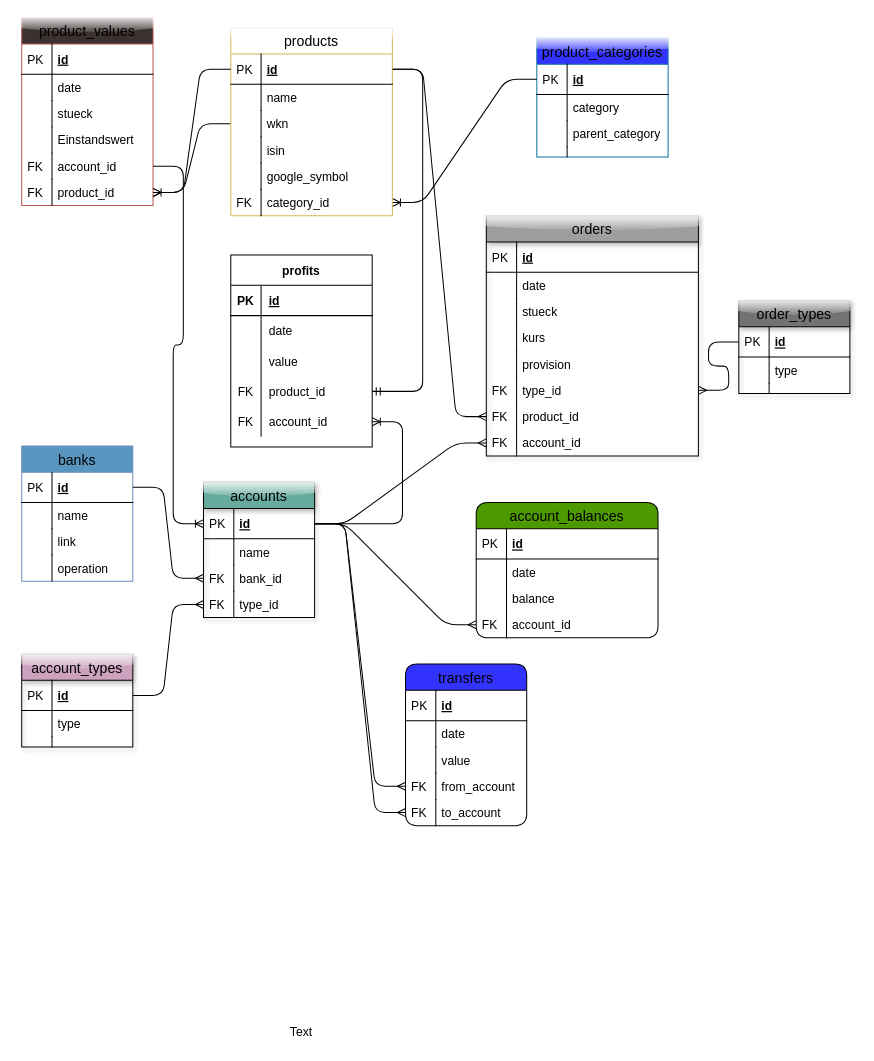
The draw.io diagram database/investment/design/relationships.drawio in l07p/pi_server, before the edit. Source tidied: cells renumbered, new cells numbered last; positions are measured from the earlier drawing's top-left corner, leaving out a move shared by most shapes. Both pictures are drawn from the tidied source at 101%, with x=0, y=0 at pixel (21, 17).
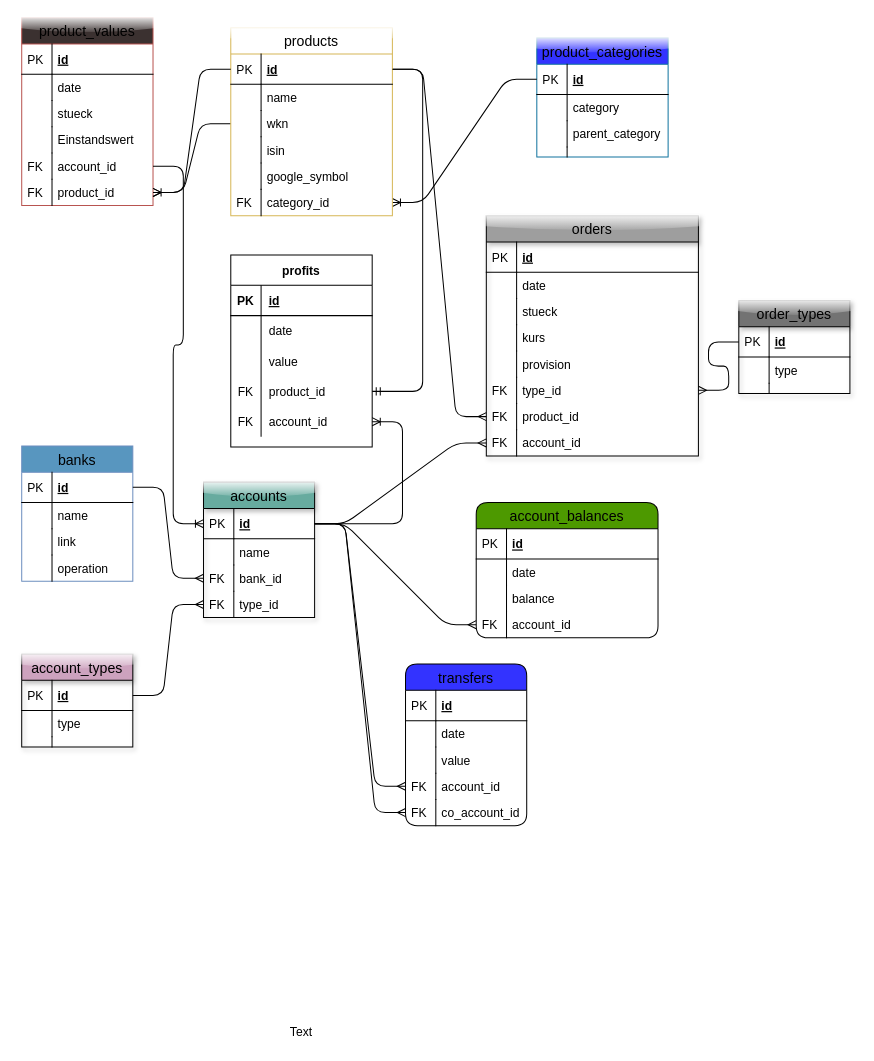
The same diagram, later.

The change refers to these unchanged cells:
```xml
<mxCell id="63" value="transfers" style="swimlane;fontStyle=0;horizontal=1;startSize=26;fillColor=#3333FF;swimlaneFillColor=none;align=center;fontSize=14;rounded=1;" parent="1" vertex="1">
  <mxGeometry x="380" y="640" width="120" height="160" as="geometry" />
</mxCell>
```

Diff of the diagram source:
```diff
@@
-    <mxCell id="70" value="from_account" style="shape=partialRectangle;top=0;left=0;right=0;bottom=0;align=left;verticalAlign=top;fillColor=none;spacingLeft=34;spacingRight=4;overflow=hidden;points=[[0,0.5],[1,0.5]];portConstraint=eastwest;fontSize=12;" parent="63" vertex="1">
+    <mxCell id="70" value="account_id" style="shape=partialRectangle;top=0;left=0;right=0;bottom=0;align=left;verticalAlign=top;fillColor=none;spacingLeft=34;spacingRight=4;overflow=hidden;points=[[0,0.5],[1,0.5]];portConstraint=eastwest;fontSize=12;" parent="63" vertex="1">
       <mxGeometry y="108" width="120" height="26" as="geometry" />
     </mxCell>
@@
-    <mxCell id="72" value="to_account" style="shape=partialRectangle;top=0;left=0;right=0;bottom=0;align=left;verticalAlign=top;fillColor=none;spacingLeft=34;spacingRight=4;overflow=hidden;points=[[0,0.5],[1,0.5]];portConstraint=eastwest;fontSize=12;" parent="63" vertex="1">
+    <mxCell id="72" value="co_account_id" style="shape=partialRectangle;top=0;left=0;right=0;bottom=0;align=left;verticalAlign=top;fillColor=none;spacingLeft=34;spacingRight=4;overflow=hidden;points=[[0,0.5],[1,0.5]];portConstraint=eastwest;fontSize=12;" parent="63" vertex="1">
       <mxGeometry y="134" width="120" height="26" as="geometry" />
     </mxCell>
```
